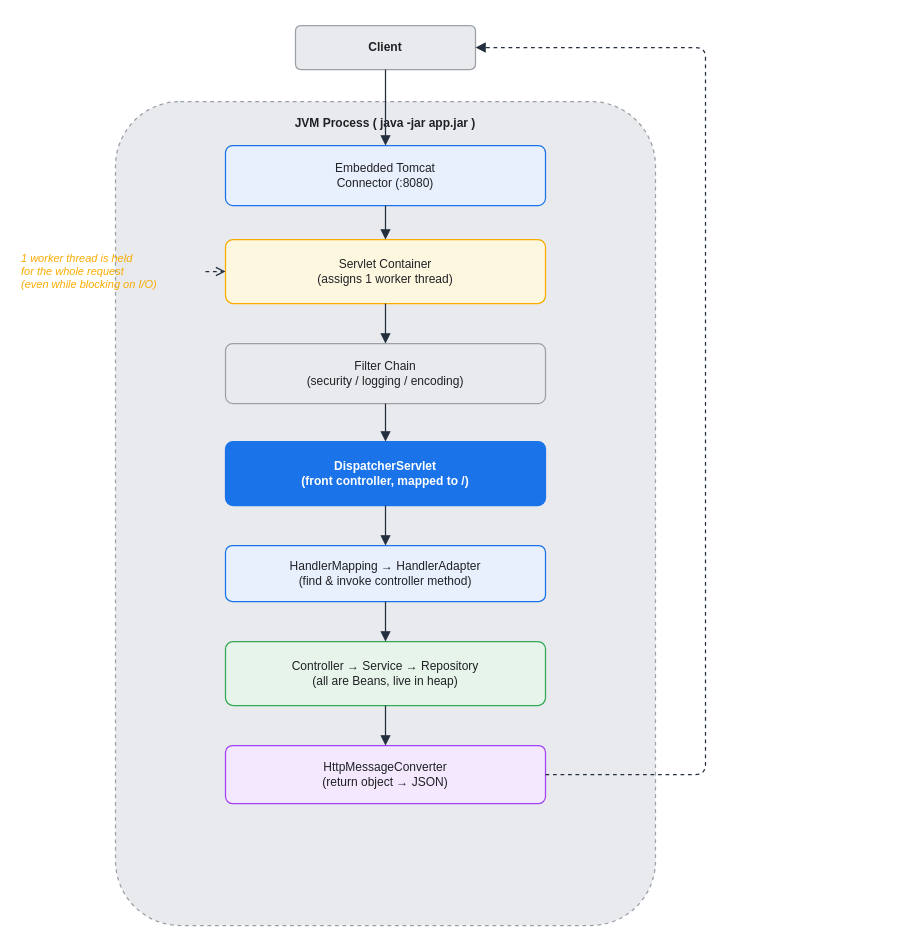
This is assets/img/spring/spring-01-request-flow.drawio from KKamJi98/kkamji98.github.io, a draw.io file, before an edit. Source tidied: cells renumbered, new cells numbered last; positions are measured from the earlier drawing's top-left corner, leaving out a move shared by most shapes. Both pictures are drawn from the tidied source at 100%, with x=0, y=0 at pixel (19, 25).
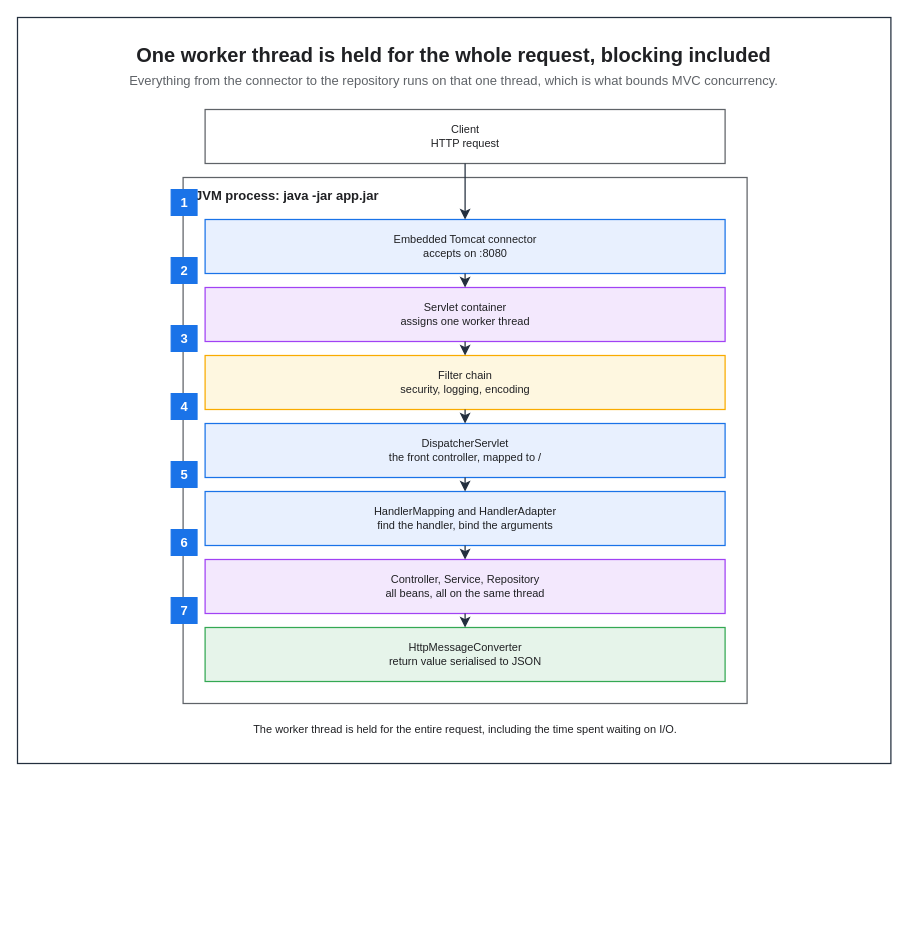
The same diagram, later.

Change to the diagram source:
```diff
@@
+    <mxCell id="21" style="rounded=0;html=0;fillColor=none;strokeColor=#232F3E;fontColor=#202124;strokeWidth=1.25;" parent="1" vertex="1">
+      <mxGeometry x="-2" y="-8" width="873.4" height="746" as="geometry" />
+    </mxCell>
+    <mxCell id="22" value="One worker thread is held for the whole request, blocking included" style="text;html=0;whiteSpace=wrap;fillColor=none;strokeColor=none;fontColor=#202124;fontSize=20;fontStyle=1;align=center;verticalAlign=middle;" parent="1" vertex="1">
+      <mxGeometry x="20" y="14" width="829.4" height="30" as="geometry" />
+    </mxCell>
+    <mxCell id="23" value="Everything from the connector to the repository runs on that one thread, which is what bounds MVC concurrency." style="text;html=0;whiteSpace=wrap;fillColor=none;strokeColor=none;fontColor=#5F6368;fontSize=13;fontStyle=0;align=center;verticalAlign=middle;" parent="1" vertex="1">
+      <mxGeometry x="20" y="44" width="829.4" height="22" as="geometry" />
+    </mxCell>
-    <mxCell id="2" value="JVM Process ( java -jar app.jar )" style="rounded=1;whiteSpace=wrap;html=0;arcSize=12;shadow=0;fillColor=#E8EAED;strokeColor=#9AA0A6;fontColor=#202124;fontStyle=1;verticalAlign=top;align=center;dashed=1;spacingTop=8;strokeWidth=1.25;" parent="1" vertex="1">
-      <mxGeometry x="96" y="76" width="540" height="824" as="geometry" />
+    <mxCell id="2" value="JVM process: java -jar app.jar" style="rounded=0;whiteSpace=wrap;html=0;fillColor=none;strokeColor=#5F6368;fontColor=#202124;fontSize=13;fontStyle=1;align=left;verticalAlign=top;spacingLeft=10;spacingTop=4;strokeWidth=1.25;dashed=0;" parent="1" vertex="1">
+      <mxGeometry x="163.6" y="152" width="564" height="526" as="geometry" />
     </mxCell>
-    <mxCell id="3" value="Client" style="rounded=1;whiteSpace=wrap;html=0;arcSize=12;shadow=0;fillColor=#E8EAED;strokeColor=#9AA0A6;fontColor=#202124;fontStyle=1;strokeWidth=1.25;" parent="1" vertex="1">
-      <mxGeometry x="276" width="180" height="44" as="geometry" />
+    <mxCell id="3" value="Client&#10;HTTP request" style="rounded=0;whiteSpace=wrap;html=0;fillColor=#FFFFFF;strokeColor=#5F6368;fontColor=#202124;fontSize=11;fontStyle=0;align=center;verticalAlign=middle;spacingLeft=6;spacingRight=6;strokeWidth=1.25;" parent="1" vertex="1">
+      <mxGeometry x="185.6" y="84" width="520" height="54" as="geometry" />
     </mxCell>
-    <mxCell id="4" value="Embedded Tomcat&#10;Connector (:8080)" style="rounded=1;whiteSpace=wrap;html=0;arcSize=12;shadow=0;fillColor=#E8F0FE;strokeColor=#1A73E8;fontColor=#202124;strokeWidth=1.25;" parent="1" vertex="1">
-      <mxGeometry x="206" y="120" width="320" height="60" as="geometry" />
-    </mxCell>
-    <mxCell id="5" value="Servlet Container&#10;(assigns 1 worker thread)" style="rounded=1;whiteSpace=wrap;html=0;arcSize=12;shadow=0;fillColor=#FEF7E0;strokeColor=#F9AB00;fontColor=#202124;strokeWidth=1.25;" parent="1" vertex="1">
-      <mxGeometry x="206" y="214" width="320" height="64" as="geometry" />
-    </mxCell>
-    <mxCell id="6" value="Filter Chain&#10;(security / logging / encoding)" style="rounded=1;whiteSpace=wrap;html=0;arcSize=12;shadow=0;fillColor=#E8EAED;strokeColor=#9AA0A6;fontColor=#202124;strokeWidth=1.25;" parent="1" vertex="1">
-      <mxGeometry x="206" y="318" width="320" height="60" as="geometry" />
-    </mxCell>
+    <mxCell id="24" value="Embedded Tomcat connector&#10;accepts on :8080" style="rounded=0;whiteSpace=wrap;html=0;fillColor=#E8F0FE;strokeColor=#1A73E8;fontColor=#202124;fontSize=11;fontStyle=0;align=center;verticalAlign=middle;spacingLeft=6;spacingRight=6;strokeWidth=1.25;" parent="1" vertex="1">
+      <mxGeometry x="185.6" y="194" width="520" height="54" as="geometry" />
+    </mxCell>
+    <mxCell id="25" value="Servlet container&#10;assigns one worker thread" style="rounded=0;whiteSpace=wrap;html=0;fillColor=#F3E8FD;strokeColor=#A142F4;fontColor=#202124;fontSize=11;fontStyle=0;align=center;verticalAlign=middle;spacingLeft=6;spacingRight=6;strokeWidth=1.25;" parent="1" vertex="1">
+      <mxGeometry x="185.6" y="262" width="520" height="54" as="geometry" />
+    </mxCell>
+    <mxCell id="26" value="Filter chain&#10;security, logging, encoding" style="rounded=0;whiteSpace=wrap;html=0;fillColor=#FEF7E0;strokeColor=#F9AB00;fontColor=#202124;fontSize=11;fontStyle=0;align=center;verticalAlign=middle;spacingLeft=6;spacingRight=6;strokeWidth=1.25;" parent="1" vertex="1">
+      <mxGeometry x="185.6" y="330" width="520" height="54" as="geometry" />
+    </mxCell>
-    <mxCell id="7" value="DispatcherServlet&#10;(front controller, mapped to /)" style="rounded=1;whiteSpace=wrap;html=0;arcSize=12;shadow=0;fillColor=#1A73E8;strokeColor=#1A73E8;fontColor=#FFFFFF;fontStyle=1;strokeWidth=1.25;" parent="1" vertex="1">
-      <mxGeometry x="206" y="416" width="320" height="64" as="geometry" />
+    <mxCell id="7" value="DispatcherServlet&#10;the front controller, mapped to /" style="rounded=0;whiteSpace=wrap;html=0;fillColor=#E8F0FE;strokeColor=#1A73E8;fontColor=#202124;fontSize=11;fontStyle=0;align=center;verticalAlign=middle;spacingLeft=6;spacingRight=6;strokeWidth=1.25;" parent="1" vertex="1">
+      <mxGeometry x="185.6" y="398" width="520" height="54" as="geometry" />
     </mxCell>
-    <mxCell id="8" value="HandlerMapping → HandlerAdapter&#10;(find &amp; invoke controller method)" style="rounded=1;whiteSpace=wrap;html=0;arcSize=12;shadow=0;fillColor=#E8F0FE;strokeColor=#1A73E8;fontColor=#202124;strokeWidth=1.25;" parent="1" vertex="1">
-      <mxGeometry x="206" y="520" width="320" height="56" as="geometry" />
+    <mxCell id="8" value="HandlerMapping and HandlerAdapter&#10;find the handler, bind the arguments" style="rounded=0;whiteSpace=wrap;html=0;fillColor=#E8F0FE;strokeColor=#1A73E8;fontColor=#202124;fontSize=11;fontStyle=0;align=center;verticalAlign=middle;spacingLeft=6;spacingRight=6;strokeWidth=1.25;" parent="1" vertex="1">
+      <mxGeometry x="185.6" y="466" width="520" height="54" as="geometry" />
     </mxCell>
-    <mxCell id="9" value="Controller → Service → Repository&#10;(all are Beans, live in heap)" style="rounded=1;whiteSpace=wrap;html=0;arcSize=12;shadow=0;fillColor=#E6F4EA;strokeColor=#34A853;fontColor=#202124;strokeWidth=1.25;" parent="1" vertex="1">
-      <mxGeometry x="206" y="616" width="320" height="64" as="geometry" />
+    <mxCell id="9" value="Controller, Service, Repository&#10;all beans, all on the same thread" style="rounded=0;whiteSpace=wrap;html=0;fillColor=#F3E8FD;strokeColor=#A142F4;fontColor=#202124;fontSize=11;fontStyle=0;align=center;verticalAlign=middle;spacingLeft=6;spacingRight=6;strokeWidth=1.25;" parent="1" vertex="1">
+      <mxGeometry x="185.6" y="534" width="520" height="54" as="geometry" />
     </mxCell>
-    <mxCell id="10" value="HttpMessageConverter&#10;(return object → JSON)" style="rounded=1;whiteSpace=wrap;html=0;arcSize=12;shadow=0;fillColor=#F3E8FD;strokeColor=#A142F4;fontColor=#202124;strokeWidth=1.25;" parent="1" vertex="1">
-      <mxGeometry x="206" y="720" width="320" height="58" as="geometry" />
+    <mxCell id="10" value="HttpMessageConverter&#10;return value serialised to JSON" style="rounded=0;whiteSpace=wrap;html=0;fillColor=#E6F4EA;strokeColor=#34A853;fontColor=#202124;fontSize=11;fontStyle=0;align=center;verticalAlign=middle;spacingLeft=6;spacingRight=6;strokeWidth=1.25;" parent="1" vertex="1">
+      <mxGeometry x="185.6" y="602" width="520" height="54" as="geometry" />
     </mxCell>
-    <mxCell id="11" value="1 worker thread is held&#10;for the whole request&#10;(even while blocking on I/O)" style="text;html=0;align=left;verticalAlign=middle;whiteSpace=wrap;fontSize=11;fontColor=#F9AB00;fontStyle=2;" parent="1" vertex="1">
-      <mxGeometry y="214" width="186" height="64" as="geometry" />
+    <mxCell id="11" value="The worker thread is held for the entire request, including the time spent waiting on I/O." style="text;html=0;whiteSpace=wrap;fillColor=none;strokeColor=none;fontColor=#202124;fontSize=11;fontStyle=0;align=center;verticalAlign=middle;" parent="1" vertex="1">
+      <mxGeometry x="152.6" y="692" width="586" height="24" as="geometry" />
     </mxCell>
-    <mxCell id="12" style="edgeStyle=orthogonalEdgeStyle;rounded=1;html=0;fontColor=#202124;strokeColor=#232F3E;labelBackgroundColor=none;endArrow=block;exitX=0.5;exitY=1;exitDx=0;exitDy=0;entryX=0.5;entryY=0;entryDx=0;entryDy=0;strokeWidth=1.25;endSize=7;" parent="1" edge="1" source="3" target="4">
-      <mxGeometry relative="1" as="geometry" />
-    </mxCell>
-    <mxCell id="13" style="edgeStyle=orthogonalEdgeStyle;rounded=1;html=0;fontColor=#202124;strokeColor=#232F3E;labelBackgroundColor=none;endArrow=block;exitX=0.5;exitY=1;exitDx=0;exitDy=0;entryX=0.5;entryY=0;entryDx=0;entryDy=0;strokeWidth=1.25;endSize=7;" parent="1" edge="1" source="4" target="5">
-      <mxGeometry relative="1" as="geometry" />
-    </mxCell>
-    <mxCell id="14" style="edgeStyle=orthogonalEdgeStyle;rounded=1;html=0;fontColor=#202124;strokeColor=#232F3E;labelBackgroundColor=none;endArrow=block;exitX=0.5;exitY=1;exitDx=0;exitDy=0;entryX=0.5;entryY=0;entryDx=0;entryDy=0;strokeWidth=1.25;endSize=7;" parent="1" edge="1" source="5" target="6">
-      <mxGeometry relative="1" as="geometry" />
-    </mxCell>
-    <mxCell id="15" style="edgeStyle=orthogonalEdgeStyle;rounded=1;html=0;fontColor=#202124;strokeColor=#232F3E;labelBackgroundColor=none;endArrow=block;exitX=0.5;exitY=1;exitDx=0;exitDy=0;entryX=0.5;entryY=0;entryDx=0;entryDy=0;strokeWidth=1.25;endSize=7;" parent="1" edge="1" source="6" target="7">
-      <mxGeometry relative="1" as="geometry" />
-    </mxCell>
+    <mxCell id="27" value="1" style="rounded=0;whiteSpace=wrap;html=0;fillColor=#1A73E8;strokeColor=#1A73E8;fontColor=#FFFFFF;fontSize=13;fontStyle=1;align=center;verticalAlign=middle;" parent="1" vertex="1">
+      <mxGeometry x="151.6" y="164" width="26" height="26" as="geometry" />
+    </mxCell>
+    <mxCell id="28" value="2" style="rounded=0;whiteSpace=wrap;html=0;fillColor=#1A73E8;strokeColor=#1A73E8;fontColor=#FFFFFF;fontSize=13;fontStyle=1;align=center;verticalAlign=middle;" parent="1" vertex="1">
+      <mxGeometry x="151.6" y="232" width="26" height="26" as="geometry" />
+    </mxCell>
+    <mxCell id="29" value="3" style="rounded=0;whiteSpace=wrap;html=0;fillColor=#1A73E8;strokeColor=#1A73E8;fontColor=#FFFFFF;fontSize=13;fontStyle=1;align=center;verticalAlign=middle;" parent="1" vertex="1">
+      <mxGeometry x="151.6" y="300" width="26" height="26" as="geometry" />
+    </mxCell>
+    <mxCell id="30" value="4" style="rounded=0;whiteSpace=wrap;html=0;fillColor=#1A73E8;strokeColor=#1A73E8;fontColor=#FFFFFF;fontSize=13;fontStyle=1;align=center;verticalAlign=middle;" parent="1" vertex="1">
+      <mxGeometry x="151.6" y="368" width="26" height="26" as="geometry" />
+    </mxCell>
+    <mxCell id="31" value="5" style="rounded=0;whiteSpace=wrap;html=0;fillColor=#1A73E8;strokeColor=#1A73E8;fontColor=#FFFFFF;fontSize=13;fontStyle=1;align=center;verticalAlign=middle;" parent="1" vertex="1">
+      <mxGeometry x="151.6" y="436" width="26" height="26" as="geometry" />
+    </mxCell>
+    <mxCell id="32" value="6" style="rounded=0;whiteSpace=wrap;html=0;fillColor=#1A73E8;strokeColor=#1A73E8;fontColor=#FFFFFF;fontSize=13;fontStyle=1;align=center;verticalAlign=middle;" parent="1" vertex="1">
+      <mxGeometry x="151.6" y="504" width="26" height="26" as="geometry" />
+    </mxCell>
+    <mxCell id="33" value="7" style="rounded=0;whiteSpace=wrap;html=0;fillColor=#1A73E8;strokeColor=#1A73E8;fontColor=#FFFFFF;fontSize=13;fontStyle=1;align=center;verticalAlign=middle;" parent="1" vertex="1">
+      <mxGeometry x="151.6" y="572" width="26" height="26" as="geometry" />
+    </mxCell>
+    <mxCell id="34" style="edgeStyle=orthogonalEdgeStyle;rounded=0;html=0;strokeColor=#232F3E;strokeWidth=1.25;endArrow=classic;endFill=1;endSize=7;fontSize=11;fontColor=#202124;labelBackgroundColor=none;jettySize=14;exitX=0.5;exitY=1;entryX=0.5;entryY=0;exitDx=0;exitDy=0;entryDx=0;entryDy=0;" parent="1" edge="1" source="3" target="24">
+      <mxGeometry relative="1" as="geometry" />
+    </mxCell>
+    <mxCell id="35" style="edgeStyle=orthogonalEdgeStyle;rounded=0;html=0;strokeColor=#232F3E;strokeWidth=1.25;endArrow=classic;endFill=1;endSize=7;fontSize=11;fontColor=#202124;labelBackgroundColor=none;jettySize=14;exitX=0.5;exitY=1;entryX=0.5;entryY=0;exitDx=0;exitDy=0;entryDx=0;entryDy=0;" parent="1" edge="1" source="24" target="25">
+      <mxGeometry relative="1" as="geometry" />
+    </mxCell>
+    <mxCell id="36" style="edgeStyle=orthogonalEdgeStyle;rounded=0;html=0;strokeColor=#232F3E;strokeWidth=1.25;endArrow=classic;endFill=1;endSize=7;fontSize=11;fontColor=#202124;labelBackgroundColor=none;jettySize=14;exitX=0.5;exitY=1;entryX=0.5;entryY=0;exitDx=0;exitDy=0;entryDx=0;entryDy=0;" parent="1" edge="1" source="25" target="26">
+      <mxGeometry relative="1" as="geometry" />
+    </mxCell>
+    <mxCell id="37" style="edgeStyle=orthogonalEdgeStyle;rounded=0;html=0;strokeColor=#232F3E;strokeWidth=1.25;endArrow=classic;endFill=1;endSize=7;fontSize=11;fontColor=#202124;labelBackgroundColor=none;jettySize=14;exitX=0.5;exitY=1;entryX=0.5;entryY=0;exitDx=0;exitDy=0;entryDx=0;entryDy=0;" parent="1" edge="1" source="26" target="7">
+      <mxGeometry relative="1" as="geometry" />
+    </mxCell>
-    <mxCell id="16" style="edgeStyle=orthogonalEdgeStyle;rounded=1;html=0;fontColor=#202124;strokeColor=#232F3E;labelBackgroundColor=none;endArrow=block;exitX=0.5;exitY=1;exitDx=0;exitDy=0;entryX=0.5;entryY=0;entryDx=0;entryDy=0;strokeWidth=1.25;endSize=7;" parent="1" edge="1" source="7" target="8">
+    <mxCell id="16" style="edgeStyle=orthogonalEdgeStyle;rounded=0;html=0;strokeColor=#232F3E;strokeWidth=1.25;endArrow=classic;endFill=1;endSize=7;fontSize=11;fontColor=#202124;labelBackgroundColor=none;jettySize=14;exitX=0.5;exitY=1;entryX=0.5;entryY=0;exitDx=0;exitDy=0;entryDx=0;entryDy=0;" parent="1" edge="1" source="7" target="8">
       <mxGeometry relative="1" as="geometry" />
     </mxCell>
-    <mxCell id="17" style="edgeStyle=orthogonalEdgeStyle;rounded=1;html=0;fontColor=#202124;strokeColor=#232F3E;labelBackgroundColor=none;endArrow=block;exitX=0.5;exitY=1;exitDx=0;exitDy=0;entryX=0.5;entryY=0;entryDx=0;entryDy=0;strokeWidth=1.25;endSize=7;" parent="1" edge="1" source="8" target="9">
+    <mxCell id="17" style="edgeStyle=orthogonalEdgeStyle;rounded=0;html=0;strokeColor=#232F3E;strokeWidth=1.25;endArrow=classic;endFill=1;endSize=7;fontSize=11;fontColor=#202124;labelBackgroundColor=none;jettySize=14;exitX=0.5;exitY=1;entryX=0.5;entryY=0;exitDx=0;exitDy=0;entryDx=0;entryDy=0;" parent="1" edge="1" source="8" target="9">
       <mxGeometry relative="1" as="geometry" />
     </mxCell>
-    <mxCell id="18" style="edgeStyle=orthogonalEdgeStyle;rounded=1;html=0;fontColor=#202124;strokeColor=#232F3E;labelBackgroundColor=none;endArrow=block;exitX=0.5;exitY=1;exitDx=0;exitDy=0;entryX=0.5;entryY=0;entryDx=0;entryDy=0;strokeWidth=1.25;endSize=7;" parent="1" edge="1" source="9" target="10">
+    <mxCell id="18" style="edgeStyle=orthogonalEdgeStyle;rounded=0;html=0;strokeColor=#232F3E;strokeWidth=1.25;endArrow=classic;endFill=1;endSize=7;fontSize=11;fontColor=#202124;labelBackgroundColor=none;jettySize=14;exitX=0.5;exitY=1;entryX=0.5;entryY=0;exitDx=0;exitDy=0;entryDx=0;entryDy=0;" parent="1" edge="1" source="9" target="10">
       <mxGeometry relative="1" as="geometry" />
     </mxCell>
-    <mxCell id="19" style="edgeStyle=orthogonalEdgeStyle;rounded=1;html=0;dashed=1;fontColor=#202124;strokeColor=#232F3E;labelBackgroundColor=none;endArrow=block;exitX=1;exitY=0.5;exitDx=0;exitDy=0;entryX=1;entryY=0.5;entryDx=0;entryDy=0;strokeWidth=1.25;endSize=7;" parent="1" edge="1" source="10" target="3">
-      <mxGeometry relative="1" as="geometry">
-        <Array as="points">
-          <mxPoint x="686" y="749" />
-          <mxPoint x="686" y="22" />
-        </Array>
-      </mxGeometry>
-    </mxCell>
-    <mxCell id="20" style="edgeStyle=orthogonalEdgeStyle;rounded=1;html=0;dashed=1;strokeColor=#232F3E;fontColor=#202124;labelBackgroundColor=none;endArrow=open;endSize=7;exitX=1;exitY=0.5;exitDx=0;exitDy=0;entryX=0;entryY=0.5;entryDx=0;entryDy=0;strokeWidth=1.25;" parent="1" edge="1" source="11" target="5">
-      <mxGeometry relative="1" as="geometry" />
-    </mxCell>
```
